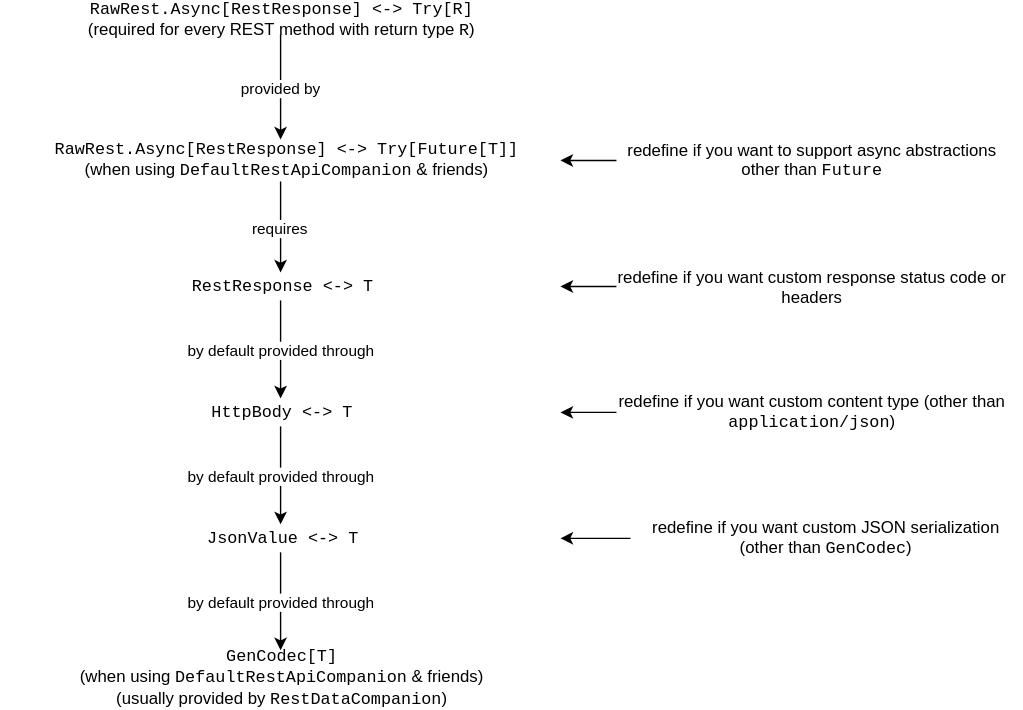
Earlier version of the draw.io export docs/images/REST.svg (UdashFramework/udash-core). Source tidied: cells renumbered, new cells last; positions are measured from the earlier drawing's top-left corner, leaving out a move shared by most shapes. The source it was exported from:
```xml
<mxGraphModel background="#ffffff">
  <root>
    <mxCell id="0" />
    <mxCell id="1" parent="0" />
    <mxCell id="2" value="&lt;div&gt;provided by&lt;/div&gt;" style="edgeStyle=orthogonalEdgeStyle;rounded=0;html=1;endArrow=classic;endFill=1;jettySize=auto;fontFamily=Helvetica;" parent="1" edge="1" source="3" target="5">
      <mxGeometry relative="1" as="geometry" />
    </mxCell>
    <mxCell id="3" value="&lt;div&gt;RawRest.Async[RestResponse] &amp;lt;-&amp;gt; Try[R]&lt;/div&gt;&lt;div&gt;&lt;font face=&quot;Helvetica&quot;&gt;(required for every REST method with return type &lt;font face=&quot;Courier New&quot;&gt;R&lt;/font&gt;)&lt;/font&gt;&lt;br&gt;&lt;/div&gt;" style="text;html=1;strokeColor=none;fillColor=none;align=center;verticalAlign=middle;whiteSpace=wrap;rounded=0;fontFamily=Courier New;" parent="1" vertex="1">
      <mxGeometry width="400" height="20" as="geometry" />
    </mxCell>
    <mxCell id="4" value="&lt;div&gt;requires&lt;/div&gt;" style="edgeStyle=orthogonalEdgeStyle;rounded=0;html=1;endArrow=classic;endFill=1;jettySize=auto;fontFamily=Helvetica;" parent="1" edge="1" source="5" target="7">
      <mxGeometry relative="1" as="geometry" />
    </mxCell>
    <mxCell id="5" value="&lt;div&gt;RawRest.Async[RestResponse] &amp;lt;-&amp;gt; Try[Future[T]]&lt;/div&gt;&lt;div&gt;&lt;font face=&quot;Helvetica&quot;&gt;(when using &lt;font face=&quot;Courier New&quot;&gt;DefaultRestApiCompanion&lt;/font&gt; &amp;amp; friends)&lt;/font&gt;&lt;/div&gt;" style="text;html=1;strokeColor=none;fillColor=none;align=center;verticalAlign=middle;whiteSpace=wrap;rounded=0;fontFamily=Courier New;" parent="1" vertex="1">
      <mxGeometry y="95" width="400" height="30" as="geometry" />
    </mxCell>
    <mxCell id="6" value="&lt;div&gt;by default provided through&lt;/div&gt;" style="edgeStyle=orthogonalEdgeStyle;rounded=0;html=1;endArrow=classic;endFill=1;jettySize=auto;fontFamily=Helvetica;" parent="1" edge="1" source="7" target="9">
      <mxGeometry relative="1" as="geometry" />
    </mxCell>
    <mxCell id="7" value="&lt;div&gt;RestResponse &amp;lt;-&amp;gt; T&lt;/div&gt;" style="text;html=1;strokeColor=none;fillColor=none;align=center;verticalAlign=middle;whiteSpace=wrap;rounded=0;fontFamily=Courier New;" parent="1" vertex="1">
      <mxGeometry y="190" width="400" height="20" as="geometry" />
    </mxCell>
    <mxCell id="8" value="&lt;div&gt;by default provided through&lt;/div&gt;" style="edgeStyle=orthogonalEdgeStyle;rounded=0;html=1;endArrow=classic;endFill=1;jettySize=auto;fontFamily=Helvetica;" parent="1" edge="1" source="9" target="11">
      <mxGeometry relative="1" as="geometry" />
    </mxCell>
    <mxCell id="9" value="&lt;div&gt;HttpBody &amp;lt;-&amp;gt; T&lt;/div&gt;" style="text;html=1;strokeColor=none;fillColor=none;align=center;verticalAlign=middle;whiteSpace=wrap;rounded=0;fontFamily=Courier New;" parent="1" vertex="1">
      <mxGeometry y="280" width="400" height="20" as="geometry" />
    </mxCell>
    <mxCell id="10" value="&lt;div&gt;by default provided through&lt;/div&gt;" style="edgeStyle=orthogonalEdgeStyle;rounded=0;html=1;endArrow=classic;endFill=1;jettySize=auto;fontFamily=Helvetica;" parent="1" edge="1" source="11" target="12">
      <mxGeometry relative="1" as="geometry" />
    </mxCell>
    <mxCell id="11" value="&lt;div&gt;JsonValue &amp;lt;-&amp;gt; T&lt;/div&gt;" style="text;html=1;strokeColor=none;fillColor=none;align=center;verticalAlign=middle;whiteSpace=wrap;rounded=0;fontFamily=Courier New;" parent="1" vertex="1">
      <mxGeometry y="370" width="400" height="20" as="geometry" />
    </mxCell>
    <mxCell id="12" value="&lt;div&gt;GenCodec[T]&lt;/div&gt;&lt;div&gt;&lt;font face=&quot;Helvetica&quot;&gt;(when using &lt;font face=&quot;Courier New&quot;&gt;DefaultRestApiCompanion&lt;/font&gt; &amp;amp; friends)&lt;/font&gt;&lt;/div&gt;&lt;div&gt;&lt;font face=&quot;Helvetica&quot;&gt;(usually provided by &lt;font face=&quot;Courier New&quot;&gt;RestDataCompanion&lt;/font&gt;)&lt;/font&gt;&lt;br&gt;&lt;/div&gt;" style="text;html=1;strokeColor=none;fillColor=none;align=center;verticalAlign=middle;whiteSpace=wrap;rounded=0;fontFamily=Courier New;" parent="1" vertex="1">
      <mxGeometry y="460" width="400" height="40" as="geometry" />
    </mxCell>
    <mxCell id="13" style="edgeStyle=orthogonalEdgeStyle;rounded=0;html=1;endArrow=classic;endFill=1;jettySize=auto;fontFamily=Helvetica;" parent="1" edge="1" source="14" target="5">
      <mxGeometry relative="1" as="geometry" />
    </mxCell>
    <mxCell id="14" value="redefine if you want to support async abstractions other than &lt;font face=&quot;Courier New&quot;&gt;Future&lt;/font&gt;" style="text;html=1;strokeColor=none;fillColor=none;align=center;verticalAlign=middle;whiteSpace=wrap;rounded=0;fontFamily=Helvetica;" parent="1" vertex="1">
      <mxGeometry x="440" y="105" width="280" height="10" as="geometry" />
    </mxCell>
    <mxCell id="15" style="edgeStyle=orthogonalEdgeStyle;rounded=0;html=1;endArrow=classic;endFill=1;jettySize=auto;fontFamily=Helvetica;" parent="1" edge="1" source="16" target="7">
      <mxGeometry relative="1" as="geometry" />
    </mxCell>
    <mxCell id="16" value="&lt;div&gt;redefine if you want custom response status code or headers&lt;/div&gt;" style="text;html=1;strokeColor=none;fillColor=none;align=center;verticalAlign=middle;whiteSpace=wrap;rounded=0;fontFamily=Helvetica;" parent="1" vertex="1">
      <mxGeometry x="440" y="195" width="280" height="10" as="geometry" />
    </mxCell>
    <mxCell id="17" style="edgeStyle=orthogonalEdgeStyle;rounded=0;html=1;endArrow=classic;endFill=1;jettySize=auto;fontFamily=Helvetica;" parent="1" edge="1" source="18" target="9">
      <mxGeometry relative="1" as="geometry" />
    </mxCell>
    <mxCell id="18" value="&lt;div&gt;redefine if you want custom content type (other than &lt;font face=&quot;Courier New&quot;&gt;application/json&lt;/font&gt;)&lt;br&gt;&lt;/div&gt;" style="text;html=1;strokeColor=none;fillColor=none;align=center;verticalAlign=middle;whiteSpace=wrap;rounded=0;fontFamily=Helvetica;" parent="1" vertex="1">
      <mxGeometry x="440" y="285" width="280" height="10" as="geometry" />
    </mxCell>
    <mxCell id="19" style="edgeStyle=orthogonalEdgeStyle;rounded=0;html=1;endArrow=classic;endFill=1;jettySize=auto;fontFamily=Helvetica;" parent="1" edge="1" source="20" target="11">
      <mxGeometry relative="1" as="geometry" />
    </mxCell>
    <mxCell id="20" value="&lt;div&gt;redefine if you want custom JSON serialization (other than &lt;font face=&quot;Courier New&quot;&gt;GenCodec&lt;/font&gt;)&lt;br&gt;&lt;/div&gt;" style="text;html=1;strokeColor=none;fillColor=none;align=center;verticalAlign=middle;whiteSpace=wrap;rounded=0;fontFamily=Helvetica;" parent="1" vertex="1">
      <mxGeometry x="450" y="375" width="280" height="10" as="geometry" />
    </mxCell>
  </root>
</mxGraphModel>
```
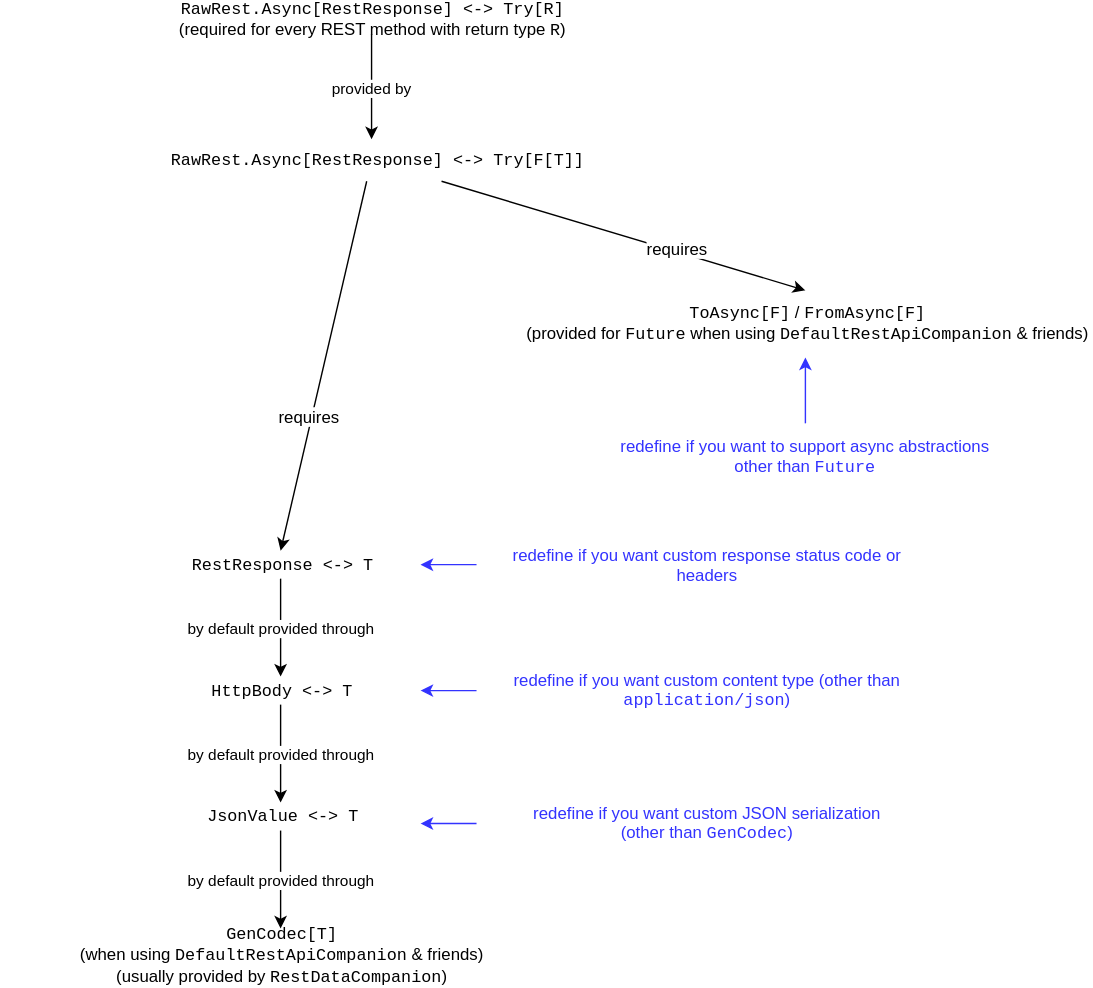
After the change.

The edit, as a diff of the source:
```diff
@@ -6,58 +6,84 @@
       <mxGeometry relative="1" as="geometry" />
     </mxCell>
     <mxCell id="3" value="&lt;div&gt;RawRest.Async[RestResponse] &amp;lt;-&amp;gt; Try[R]&lt;/div&gt;&lt;div&gt;&lt;font face=&quot;Helvetica&quot;&gt;(required for every REST method with return type &lt;font face=&quot;Courier New&quot;&gt;R&lt;/font&gt;)&lt;/font&gt;&lt;br&gt;&lt;/div&gt;" style="text;html=1;strokeColor=none;fillColor=none;align=center;verticalAlign=middle;whiteSpace=wrap;rounded=0;fontFamily=Courier New;" parent="1" vertex="1">
-      <mxGeometry width="400" height="20" as="geometry" />
+      <mxGeometry x="25" width="400" height="20" as="geometry" />
     </mxCell>
-    <mxCell id="4" value="&lt;div&gt;requires&lt;/div&gt;" style="edgeStyle=orthogonalEdgeStyle;rounded=0;html=1;endArrow=classic;endFill=1;jettySize=auto;fontFamily=Helvetica;" parent="1" edge="1" source="5" target="7">
-      <mxGeometry relative="1" as="geometry" />
-    </mxCell>
-    <mxCell id="5" value="&lt;div&gt;RawRest.Async[RestResponse] &amp;lt;-&amp;gt; Try[Future[T]]&lt;/div&gt;&lt;div&gt;&lt;font face=&quot;Helvetica&quot;&gt;(when using &lt;font face=&quot;Courier New&quot;&gt;DefaultRestApiCompanion&lt;/font&gt; &amp;amp; friends)&lt;/font&gt;&lt;/div&gt;" style="text;html=1;strokeColor=none;fillColor=none;align=center;verticalAlign=middle;whiteSpace=wrap;rounded=0;fontFamily=Courier New;" parent="1" vertex="1">
-      <mxGeometry y="95" width="400" height="30" as="geometry" />
+    <mxCell id="5" value="&lt;div&gt;RawRest.Async[RestResponse] &amp;lt;-&amp;gt; Try[F[T]]&lt;/div&gt;" style="text;html=1;strokeColor=none;fillColor=none;align=center;verticalAlign=middle;whiteSpace=wrap;rounded=0;fontFamily=Courier New;" parent="1" vertex="1">
+      <mxGeometry x="25" y="95" width="400" height="30" as="geometry" />
     </mxCell>
     <mxCell id="6" value="&lt;div&gt;by default provided through&lt;/div&gt;" style="edgeStyle=orthogonalEdgeStyle;rounded=0;html=1;endArrow=classic;endFill=1;jettySize=auto;fontFamily=Helvetica;" parent="1" edge="1" source="7" target="9">
       <mxGeometry relative="1" as="geometry" />
     </mxCell>
     <mxCell id="7" value="&lt;div&gt;RestResponse &amp;lt;-&amp;gt; T&lt;/div&gt;" style="text;html=1;strokeColor=none;fillColor=none;align=center;verticalAlign=middle;whiteSpace=wrap;rounded=0;fontFamily=Courier New;" parent="1" vertex="1">
-      <mxGeometry y="190" width="400" height="20" as="geometry" />
+      <mxGeometry x="-40" y="389" width="400" height="20" as="geometry" />
     </mxCell>
     <mxCell id="8" value="&lt;div&gt;by default provided through&lt;/div&gt;" style="edgeStyle=orthogonalEdgeStyle;rounded=0;html=1;endArrow=classic;endFill=1;jettySize=auto;fontFamily=Helvetica;" parent="1" edge="1" source="9" target="11">
       <mxGeometry relative="1" as="geometry" />
     </mxCell>
     <mxCell id="9" value="&lt;div&gt;HttpBody &amp;lt;-&amp;gt; T&lt;/div&gt;" style="text;html=1;strokeColor=none;fillColor=none;align=center;verticalAlign=middle;whiteSpace=wrap;rounded=0;fontFamily=Courier New;" parent="1" vertex="1">
-      <mxGeometry y="280" width="400" height="20" as="geometry" />
+      <mxGeometry x="-40" y="479" width="400" height="20" as="geometry" />
     </mxCell>
     <mxCell id="10" value="&lt;div&gt;by default provided through&lt;/div&gt;" style="edgeStyle=orthogonalEdgeStyle;rounded=0;html=1;endArrow=classic;endFill=1;jettySize=auto;fontFamily=Helvetica;" parent="1" edge="1" source="11" target="12">
       <mxGeometry relative="1" as="geometry" />
     </mxCell>
     <mxCell id="11" value="&lt;div&gt;JsonValue &amp;lt;-&amp;gt; T&lt;/div&gt;" style="text;html=1;strokeColor=none;fillColor=none;align=center;verticalAlign=middle;whiteSpace=wrap;rounded=0;fontFamily=Courier New;" parent="1" vertex="1">
-      <mxGeometry y="370" width="400" height="20" as="geometry" />
+      <mxGeometry x="-40" y="569" width="400" height="20" as="geometry" />
     </mxCell>
     <mxCell id="12" value="&lt;div&gt;GenCodec[T]&lt;/div&gt;&lt;div&gt;&lt;font face=&quot;Helvetica&quot;&gt;(when using &lt;font face=&quot;Courier New&quot;&gt;DefaultRestApiCompanion&lt;/font&gt; &amp;amp; friends)&lt;/font&gt;&lt;/div&gt;&lt;div&gt;&lt;font face=&quot;Helvetica&quot;&gt;(usually provided by &lt;font face=&quot;Courier New&quot;&gt;RestDataCompanion&lt;/font&gt;)&lt;/font&gt;&lt;br&gt;&lt;/div&gt;" style="text;html=1;strokeColor=none;fillColor=none;align=center;verticalAlign=middle;whiteSpace=wrap;rounded=0;fontFamily=Courier New;" parent="1" vertex="1">
-      <mxGeometry y="460" width="400" height="40" as="geometry" />
+      <mxGeometry x="-40" y="659" width="400" height="40" as="geometry" />
     </mxCell>
-    <mxCell id="13" style="edgeStyle=orthogonalEdgeStyle;rounded=0;html=1;endArrow=classic;endFill=1;jettySize=auto;fontFamily=Helvetica;" parent="1" edge="1" source="14" target="5">
-      <mxGeometry relative="1" as="geometry" />
-    </mxCell>
-    <mxCell id="14" value="redefine if you want to support async abstractions other than &lt;font face=&quot;Courier New&quot;&gt;Future&lt;/font&gt;" style="text;html=1;strokeColor=none;fillColor=none;align=center;verticalAlign=middle;whiteSpace=wrap;rounded=0;fontFamily=Helvetica;" parent="1" vertex="1">
-      <mxGeometry x="440" y="105" width="280" height="10" as="geometry" />
+    <mxCell id="14" value="redefine if you want to support async abstractions other than &lt;font face=&quot;Courier New&quot;&gt;Future&lt;/font&gt;" style="text;html=1;strokeColor=none;fillColor=none;align=center;verticalAlign=middle;whiteSpace=wrap;rounded=0;fontFamily=Helvetica;fontColor=#3333FF;" parent="1" vertex="1">
+      <mxGeometry x="395" y="317.5" width="280" height="10" as="geometry" />
     </mxCell>
-    <mxCell id="15" style="edgeStyle=orthogonalEdgeStyle;rounded=0;html=1;endArrow=classic;endFill=1;jettySize=auto;fontFamily=Helvetica;" parent="1" edge="1" source="16" target="7">
-      <mxGeometry relative="1" as="geometry" />
+    <mxCell id="15" style="edgeStyle=orthogonalEdgeStyle;rounded=0;html=1;endArrow=classic;endFill=1;jettySize=auto;orthogonalLoop=1;fontFamily=Helvetica;strokeColor=#3333FF;" parent="1" edge="1">
+      <mxGeometry relative="1" as="geometry">
+        <mxPoint x="300" y="399" as="sourcePoint" />
+        <mxPoint x="260" y="399" as="targetPoint" />
+      </mxGeometry>
     </mxCell>
-    <mxCell id="16" value="&lt;div&gt;redefine if you want custom response status code or headers&lt;/div&gt;" style="text;html=1;strokeColor=none;fillColor=none;align=center;verticalAlign=middle;whiteSpace=wrap;rounded=0;fontFamily=Helvetica;" parent="1" vertex="1">
-      <mxGeometry x="440" y="195" width="280" height="10" as="geometry" />
+    <mxCell id="16" value="&lt;div&gt;redefine if you want custom response status code or headers&lt;/div&gt;" style="text;html=1;align=center;verticalAlign=middle;whiteSpace=wrap;rounded=0;fontFamily=Helvetica;strokeColor=none;fontColor=#3333FF;" parent="1" vertex="1">
+      <mxGeometry x="325" y="394" width="280" height="10" as="geometry" />
     </mxCell>
-    <mxCell id="17" style="edgeStyle=orthogonalEdgeStyle;rounded=0;html=1;endArrow=classic;endFill=1;jettySize=auto;fontFamily=Helvetica;" parent="1" edge="1" source="18" target="9">
-      <mxGeometry relative="1" as="geometry" />
+    <mxCell id="17" style="edgeStyle=orthogonalEdgeStyle;rounded=0;html=1;endArrow=classic;endFill=1;jettySize=auto;orthogonalLoop=1;fontFamily=Helvetica;strokeColor=#3333FF;" parent="1" edge="1">
+      <mxGeometry relative="1" as="geometry">
+        <mxPoint x="300" y="489" as="sourcePoint" />
+        <mxPoint x="260" y="489" as="targetPoint" />
+      </mxGeometry>
     </mxCell>
-    <mxCell id="18" value="&lt;div&gt;redefine if you want custom content type (other than &lt;font face=&quot;Courier New&quot;&gt;application/json&lt;/font&gt;)&lt;br&gt;&lt;/div&gt;" style="text;html=1;strokeColor=none;fillColor=none;align=center;verticalAlign=middle;whiteSpace=wrap;rounded=0;fontFamily=Helvetica;" parent="1" vertex="1">
-      <mxGeometry x="440" y="285" width="280" height="10" as="geometry" />
+    <mxCell id="18" value="&lt;div&gt;redefine if you want custom content type (other than &lt;font face=&quot;Courier New&quot;&gt;application/json&lt;/font&gt;)&lt;br&gt;&lt;/div&gt;" style="text;html=1;align=center;verticalAlign=middle;whiteSpace=wrap;rounded=0;fontFamily=Helvetica;strokeColor=none;fontColor=#3333FF;" parent="1" vertex="1">
+      <mxGeometry x="325" y="484" width="280" height="10" as="geometry" />
     </mxCell>
-    <mxCell id="19" style="edgeStyle=orthogonalEdgeStyle;rounded=0;html=1;endArrow=classic;endFill=1;jettySize=auto;fontFamily=Helvetica;" parent="1" edge="1" source="20" target="11">
-      <mxGeometry relative="1" as="geometry" />
+    <mxCell id="19" style="edgeStyle=orthogonalEdgeStyle;rounded=0;html=1;endArrow=classic;endFill=1;jettySize=auto;orthogonalLoop=1;fontFamily=Helvetica;strokeColor=#3333FF;" parent="1" edge="1">
+      <mxGeometry relative="1" as="geometry">
+        <mxPoint x="300" y="584" as="sourcePoint" />
+        <mxPoint x="260" y="584" as="targetPoint" />
+      </mxGeometry>
     </mxCell>
-    <mxCell id="20" value="&lt;div&gt;redefine if you want custom JSON serialization (other than &lt;font face=&quot;Courier New&quot;&gt;GenCodec&lt;/font&gt;)&lt;br&gt;&lt;/div&gt;" style="text;html=1;strokeColor=none;fillColor=none;align=center;verticalAlign=middle;whiteSpace=wrap;rounded=0;fontFamily=Helvetica;" parent="1" vertex="1">
-      <mxGeometry x="450" y="375" width="280" height="10" as="geometry" />
+    <mxCell id="20" value="&lt;div&gt;redefine if you want custom JSON serialization (other than &lt;font face=&quot;Courier New&quot;&gt;GenCodec&lt;/font&gt;)&lt;br&gt;&lt;/div&gt;" style="text;html=1;align=center;verticalAlign=middle;whiteSpace=wrap;rounded=0;fontFamily=Helvetica;strokeColor=none;fontColor=#3333FF;" parent="1" vertex="1">
+      <mxGeometry x="325" y="579" width="280" height="10" as="geometry" />
     </mxCell>
+    <mxCell id="21" style="endArrow=classic;html=1;entryX=0.5;entryY=0;entryDx=0;entryDy=0;" parent="1" edge="1" source="5" target="24">
+      <mxGeometry relative="1" as="geometry" />
+    </mxCell>
+    <mxCell id="22" value="&lt;div&gt;requires&lt;/div&gt;" style="text;html=1;align=center;verticalAlign=middle;labelBackgroundColor=#ffffff;" parent="21" vertex="1">
+      <mxGeometry x="0.46" y="-2" relative="1" as="geometry">
+        <mxPoint x="-21" y="-11.5" as="offset" />
+      </mxGeometry>
+    </mxCell>
+    <mxCell id="4" style="endArrow=classic;html=1;entryX=0.5;entryY=0;entryDx=0;entryDy=0;" parent="1" edge="1" source="5" target="7">
+      <mxGeometry relative="1" as="geometry" />
+    </mxCell>
+    <mxCell id="23" value="&lt;div&gt;requires&lt;/div&gt;" style="text;html=1;align=center;verticalAlign=middle;labelBackgroundColor=#ffffff;" parent="4" vertex="1">
+      <mxGeometry x="0.27" y="-2" relative="1" as="geometry" />
+    </mxCell>
+    <mxCell id="24" value="&lt;div&gt;ToAsync[F]&lt;font face=&quot;Helvetica&quot;&gt; / &lt;/font&gt;FromAsync[F]&lt;/div&gt;&lt;div&gt;&lt;font face=&quot;Helvetica&quot;&gt;(provided for &lt;/font&gt;Future&lt;font face=&quot;Helvetica&quot;&gt; when using &lt;/font&gt;DefaultRestApiCompanion&lt;font face=&quot;Helvetica&quot;&gt; &amp;amp; friends)&lt;/font&gt;&lt;br&gt;&lt;/div&gt;" style="text;html=1;strokeColor=none;fillColor=none;align=center;verticalAlign=middle;whiteSpace=wrap;rounded=0;fontFamily=Courier New;" parent="1" vertex="1">
+      <mxGeometry x="330" y="203" width="410" height="48" as="geometry" />
+    </mxCell>
+    <mxCell id="25" style="endArrow=classic;html=1;strokeColor=#3333FF;fontColor=#3333FF;entryX=0.393;entryY=1.042;entryDx=0;entryDy=0;entryPerimeter=0;" parent="1" edge="1">
+      <mxGeometry relative="1" as="geometry">
+        <mxPoint x="535" y="298" as="sourcePoint" />
+        <mxPoint x="535" y="251" as="targetPoint" />
+      </mxGeometry>
+    </mxCell>
   </root>
 </mxGraphModel>
```
